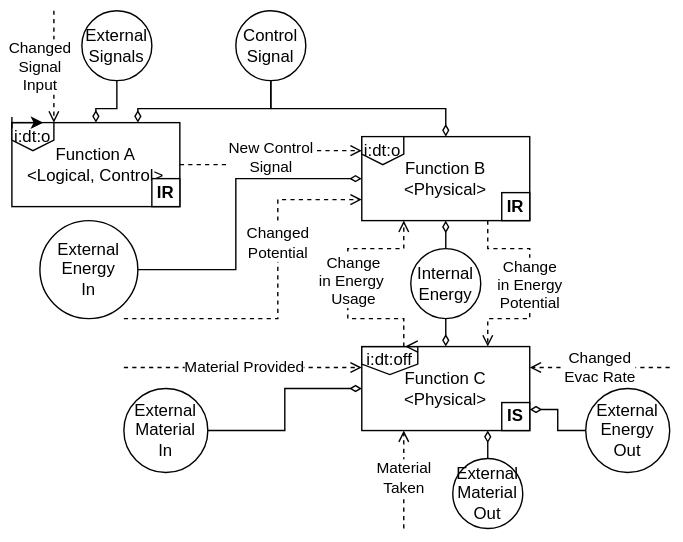
Earlier version of the draw.io export docs-source/figures/frdl/diagrams/frdl_fad_separate.svg (nasa/fmdtools). Source tidied: cells renumbered, new cells last; positions are measured from the earlier drawing's top-left corner, leaving out a move shared by most shapes. Its diagram source:
```xml
<mxGraphModel>
  <root>
    <mxCell id="0" />
    <mxCell id="1" parent="0" />
    <mxCell id="2" style="edgeStyle=orthogonalEdgeStyle;rounded=0;jettySize=auto;html=1;exitX=0.75;exitY=0;exitDx=0;exitDy=0;startArrow=diamondThin;startFill=0;entryX=0.5;entryY=1;entryDx=0;entryDy=0;endArrow=none;endFill=0;" parent="1" edge="1" source="5" target="21">
      <mxGeometry relative="1" as="geometry">
        <Array as="points">
          <mxPoint x="90" y="70" />
          <mxPoint x="185" y="70" />
        </Array>
      </mxGeometry>
    </mxCell>
    <mxCell id="3" style="edgeStyle=orthogonalEdgeStyle;rounded=0;jettySize=auto;html=1;entryX=0.5;entryY=1;entryDx=0;entryDy=0;exitX=0.5;exitY=0;exitDx=0;exitDy=0;endArrow=none;endFill=0;startArrow=diamondThin;startFill=0;" parent="1" edge="1" source="5" target="6">
      <mxGeometry relative="1" as="geometry">
        <Array as="points">
          <mxPoint x="60" y="70" />
          <mxPoint x="75" y="70" />
        </Array>
      </mxGeometry>
    </mxCell>
    <mxCell id="4" value="New Control&lt;br&gt;Signal" style="edgeStyle=orthogonalEdgeStyle;rounded=0;jettySize=auto;html=1;exitX=1;exitY=0.5;exitDx=0;exitDy=0;entryX=0;entryY=0.5;entryDx=0;entryDy=0;dashed=1;endArrow=open;endFill=0;" parent="1" edge="1" source="5" target="33">
      <mxGeometry relative="1" as="geometry" />
    </mxCell>
    <mxCell id="5" value="Function A&lt;div&gt;&amp;lt;Logical, Control&amp;gt;&lt;/div&gt;" style="rounded=0;whiteSpace=wrap;html=1;" parent="1" vertex="1">
      <mxGeometry y="80" width="120" height="60" as="geometry" />
    </mxCell>
    <mxCell id="6" value="External Signals" style="ellipse;whiteSpace=wrap;html=1;" parent="1" vertex="1">
      <mxGeometry x="50" width="50" height="50" as="geometry" />
    </mxCell>
    <mxCell id="7" style="edgeStyle=orthogonalEdgeStyle;rounded=0;jettySize=auto;html=1;exitX=0.5;exitY=0;exitDx=0;exitDy=0;entryX=0.5;entryY=1;entryDx=0;entryDy=0;endArrow=none;endFill=0;startArrow=diamondThin;startFill=0;" parent="1" edge="1" source="11" target="21">
      <mxGeometry relative="1" as="geometry" />
    </mxCell>
    <mxCell id="8" style="edgeStyle=orthogonalEdgeStyle;rounded=0;jettySize=auto;html=1;exitX=0;exitY=0.5;exitDx=0;exitDy=0;entryX=1;entryY=0.5;entryDx=0;entryDy=0;startArrow=diamondThin;startFill=0;endArrow=none;endFill=0;" parent="1" edge="1" source="11" target="12">
      <mxGeometry relative="1" as="geometry">
        <Array as="points">
          <mxPoint x="160" y="120" />
          <mxPoint x="160" y="185" />
        </Array>
      </mxGeometry>
    </mxCell>
    <mxCell id="9" style="edgeStyle=orthogonalEdgeStyle;rounded=0;jettySize=auto;html=1;exitX=0.5;exitY=1;exitDx=0;exitDy=0;entryX=0.5;entryY=0;entryDx=0;entryDy=0;endArrow=none;endFill=0;startArrow=diamondThin;startFill=0;" parent="1" edge="1" source="11" target="22">
      <mxGeometry relative="1" as="geometry" />
    </mxCell>
    <mxCell id="10" value="Change&lt;br&gt;in Energy&lt;br&gt;Potential" style="edgeStyle=orthogonalEdgeStyle;rounded=0;jettySize=auto;html=1;exitX=0.75;exitY=1;exitDx=0;exitDy=0;entryX=0.75;entryY=0;entryDx=0;entryDy=0;dashed=1;endArrow=open;endFill=0;" parent="1" edge="1" source="11" target="20">
      <mxGeometry relative="1" as="geometry">
        <Array as="points">
          <mxPoint x="340" y="170" />
          <mxPoint x="370" y="170" />
          <mxPoint x="370" y="220" />
          <mxPoint x="340" y="220" />
        </Array>
      </mxGeometry>
    </mxCell>
    <mxCell id="11" value="Function B&lt;div&gt;&amp;lt;Physical&amp;gt;&lt;/div&gt;" style="rounded=0;whiteSpace=wrap;html=1;" parent="1" vertex="1">
      <mxGeometry x="250" y="90" width="120" height="60" as="geometry" />
    </mxCell>
    <mxCell id="12" value="External Energy&lt;br&gt;In" style="ellipse;whiteSpace=wrap;html=1;" parent="1" vertex="1">
      <mxGeometry x="20" y="150" width="70" height="70" as="geometry" />
    </mxCell>
    <mxCell id="13" value="External Material&lt;br&gt;Out" style="ellipse;whiteSpace=wrap;html=1;" parent="1" vertex="1">
      <mxGeometry x="315" y="320" width="50" height="50" as="geometry" />
    </mxCell>
    <mxCell id="14" style="edgeStyle=orthogonalEdgeStyle;rounded=0;jettySize=auto;html=1;exitX=0.75;exitY=1;exitDx=0;exitDy=0;entryX=0.5;entryY=0;entryDx=0;entryDy=0;startArrow=diamondThin;startFill=0;endArrow=none;endFill=0;" parent="1" edge="1" source="20" target="13">
      <mxGeometry relative="1" as="geometry" />
    </mxCell>
    <mxCell id="15" style="edgeStyle=orthogonalEdgeStyle;rounded=0;jettySize=auto;html=1;exitX=0.5;exitY=0;exitDx=0;exitDy=0;entryX=0.5;entryY=1;entryDx=0;entryDy=0;endArrow=none;endFill=0;startArrow=diamondThin;startFill=0;" parent="1" edge="1" source="20" target="22">
      <mxGeometry relative="1" as="geometry" />
    </mxCell>
    <mxCell id="16" style="edgeStyle=orthogonalEdgeStyle;rounded=0;jettySize=auto;html=1;exitX=1;exitY=0.75;exitDx=0;exitDy=0;endArrow=none;endFill=0;startArrow=diamondThin;startFill=0;" parent="1" edge="1" source="20" target="23">
      <mxGeometry relative="1" as="geometry" />
    </mxCell>
    <mxCell id="17" style="edgeStyle=orthogonalEdgeStyle;rounded=0;jettySize=auto;html=1;exitX=0;exitY=0.5;exitDx=0;exitDy=0;endArrow=none;endFill=0;startArrow=diamondThin;startFill=0;" parent="1" edge="1" source="20" target="24">
      <mxGeometry relative="1" as="geometry" />
    </mxCell>
    <mxCell id="18" style="edgeStyle=orthogonalEdgeStyle;rounded=0;jettySize=auto;html=1;exitX=0.25;exitY=0;exitDx=0;exitDy=0;entryX=0.25;entryY=1;entryDx=0;entryDy=0;dashed=1;endArrow=open;endFill=0;" parent="1" edge="1" source="20" target="11">
      <mxGeometry relative="1" as="geometry">
        <Array as="points">
          <mxPoint x="280" y="220" />
          <mxPoint x="240" y="220" />
          <mxPoint x="240" y="170" />
          <mxPoint x="280" y="170" />
        </Array>
      </mxGeometry>
    </mxCell>
    <mxCell id="19" value="Change&lt;br&gt;in Energy&amp;nbsp;&lt;br&gt;Usage" style="edgeLabel;html=1;align=center;verticalAlign=middle;" parent="18" vertex="1">
      <mxGeometry x="0.04" y="-3" relative="1" as="geometry" />
    </mxCell>
    <mxCell id="20" value="Function C&lt;div&gt;&amp;lt;Physical&amp;gt;&lt;/div&gt;" style="rounded=0;whiteSpace=wrap;html=1;" parent="1" vertex="1">
      <mxGeometry x="250" y="240" width="120" height="60" as="geometry" />
    </mxCell>
    <mxCell id="21" value="Control&lt;br&gt;Signal" style="ellipse;whiteSpace=wrap;html=1;" parent="1" vertex="1">
      <mxGeometry x="160" width="50" height="50" as="geometry" />
    </mxCell>
    <mxCell id="22" value="Internal Energy" style="ellipse;whiteSpace=wrap;html=1;" parent="1" vertex="1">
      <mxGeometry x="285" y="170" width="50" height="50" as="geometry" />
    </mxCell>
    <mxCell id="23" value="External Energy&lt;br&gt;Out" style="ellipse;whiteSpace=wrap;html=1;" parent="1" vertex="1">
      <mxGeometry x="410" y="270" width="60" height="60" as="geometry" />
    </mxCell>
    <mxCell id="24" value="External Material&lt;br&gt;In" style="ellipse;whiteSpace=wrap;html=1;" parent="1" vertex="1">
      <mxGeometry x="80" y="270" width="60" height="60" as="geometry" />
    </mxCell>
    <mxCell id="25" value="Changed&lt;br&gt;Signal&lt;br&gt;Input" style="endArrow=open;html=1;rounded=0;entryX=0.25;entryY=0;entryDx=0;entryDy=0;dashed=1;endFill=0;" parent="1" edge="1" target="5">
      <mxGeometry y="-10" relative="1" as="geometry">
        <mxPoint x="30" as="sourcePoint" />
      </mxGeometry>
    </mxCell>
    <mxCell id="26" value="Material Provided" style="endArrow=open;html=1;rounded=0;dashed=1;entryX=0;entryY=0.25;entryDx=0;entryDy=0;endFill=0;" parent="1" edge="1" target="20">
      <mxGeometry relative="1" as="geometry">
        <mxPoint x="80" y="255" as="sourcePoint" />
      </mxGeometry>
    </mxCell>
    <mxCell id="27" value="Changed&lt;br&gt;Evac Rate" style="endArrow=open;html=1;rounded=0;dashed=1;entryX=1;entryY=0.25;entryDx=0;entryDy=0;endFill=0;" parent="1" edge="1" target="20">
      <mxGeometry relative="1" as="geometry">
        <mxPoint x="470" y="255" as="sourcePoint" />
      </mxGeometry>
    </mxCell>
    <mxCell id="28" value="Material&lt;br&gt;Taken" style="endArrow=open;html=1;rounded=0;dashed=1;entryX=0.25;entryY=1;entryDx=0;entryDy=0;endFill=0;" parent="1" edge="1" target="20">
      <mxGeometry relative="1" as="geometry">
        <mxPoint x="280" y="370" as="sourcePoint" />
      </mxGeometry>
    </mxCell>
    <mxCell id="29" style="group;" parent="1" vertex="1">
      <mxGeometry y="80" width="30" height="20" as="geometry" />
    </mxCell>
    <mxCell id="30" value="i:dt:o" style="shape=offPageConnector;whiteSpace=wrap;html=1;" parent="29" vertex="1">
      <mxGeometry width="30" height="20" as="geometry" />
    </mxCell>
    <mxCell id="31" style="edgeStyle=orthogonalEdgeStyle;rounded=0;orthogonalLoop=1;jettySize=auto;html=1;exitX=0;exitY=0;exitDx=0;exitDy=0;entryX=0.75;entryY=0;entryDx=0;entryDy=0;startArrow=baseDash;startFill=0;" parent="29" edge="1">
      <mxGeometry relative="1" as="geometry">
        <mxPoint as="sourcePoint" />
        <mxPoint x="22.5" as="targetPoint" />
      </mxGeometry>
    </mxCell>
    <mxCell id="32" style="group;" parent="1" vertex="1">
      <mxGeometry x="250" y="90" width="30" height="20" as="geometry" />
    </mxCell>
    <mxCell id="33" value="i:dt:o" style="shape=offPageConnector;whiteSpace=wrap;html=1;" parent="32" vertex="1">
      <mxGeometry width="30" height="20" as="geometry" />
    </mxCell>
    <mxCell id="34" value="i:dt:off" style="shape=offPageConnector;whiteSpace=wrap;html=1;" parent="1" vertex="1">
      <mxGeometry x="250" y="240" width="40" height="20" as="geometry" />
    </mxCell>
    <mxCell id="35" style="edgeStyle=orthogonalEdgeStyle;rounded=0;jettySize=auto;html=1;exitX=0;exitY=0;exitDx=0;exitDy=0;entryX=1;entryY=0;entryDx=0;entryDy=0;endArrow=ERmany;endFill=0;" parent="1" edge="1" target="34">
      <mxGeometry relative="1" as="geometry">
        <mxPoint x="250" y="240" as="sourcePoint" />
        <Array as="points">
          <mxPoint x="260" y="240" />
          <mxPoint x="260" y="240" />
        </Array>
      </mxGeometry>
    </mxCell>
    <mxCell id="36" value="&lt;b&gt;IR&lt;/b&gt;" style="rounded=0;whiteSpace=wrap;html=1;" parent="1" vertex="1">
      <mxGeometry x="350" y="130" width="20" height="20" as="geometry" />
    </mxCell>
    <mxCell id="37" value="&lt;b&gt;IR&lt;/b&gt;" style="rounded=0;whiteSpace=wrap;html=1;" parent="1" vertex="1">
      <mxGeometry x="100" y="120" width="20" height="20" as="geometry" />
    </mxCell>
    <mxCell id="38" value="&lt;b&gt;IS&lt;/b&gt;" style="rounded=0;whiteSpace=wrap;html=1;" parent="1" vertex="1">
      <mxGeometry x="350" y="280" width="20" height="20" as="geometry" />
    </mxCell>
    <mxCell id="39" value="Changed&lt;br&gt;Potential" style="endArrow=open;html=1;rounded=0;dashed=1;entryX=0;entryY=0.75;entryDx=0;entryDy=0;edgeStyle=orthogonalEdgeStyle;endFill=0;" parent="1" edge="1" target="11">
      <mxGeometry x="0.29" relative="1" as="geometry">
        <mxPoint x="80" y="220" as="sourcePoint" />
        <Array as="points">
          <mxPoint x="80" y="220" />
          <mxPoint x="190" y="220" />
          <mxPoint x="190" y="135" />
        </Array>
      </mxGeometry>
    </mxCell>
  </root>
</mxGraphModel>
```
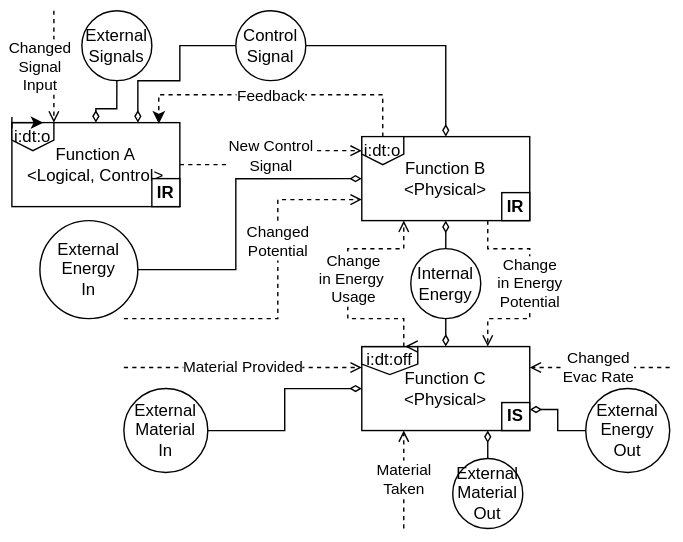
Above is the later version.

Change to the diagram source:
```diff
@@ -2,11 +2,12 @@
   <root>
     <mxCell id="0" />
     <mxCell id="1" parent="0" />
-    <mxCell id="2" style="edgeStyle=orthogonalEdgeStyle;rounded=0;jettySize=auto;html=1;exitX=0.75;exitY=0;exitDx=0;exitDy=0;startArrow=diamondThin;startFill=0;entryX=0.5;entryY=1;entryDx=0;entryDy=0;endArrow=none;endFill=0;" parent="1" edge="1" source="5" target="21">
+    <mxCell id="2" style="edgeStyle=orthogonalEdgeStyle;rounded=0;jettySize=auto;html=1;exitX=0.75;exitY=0;exitDx=0;exitDy=0;startArrow=diamondThin;startFill=0;entryX=0;entryY=0.5;entryDx=0;entryDy=0;endArrow=none;endFill=0;" parent="1" edge="1" source="5" target="21">
       <mxGeometry relative="1" as="geometry">
         <Array as="points">
-          <mxPoint x="90" y="70" />
-          <mxPoint x="185" y="70" />
+          <mxPoint x="90" y="50" />
+          <mxPoint x="120" y="50" />
+          <mxPoint x="120" y="25" />
         </Array>
       </mxGeometry>
     </mxCell>
@@ -27,8 +28,12 @@
     <mxCell id="6" value="External Signals" style="ellipse;whiteSpace=wrap;html=1;" parent="1" vertex="1">
       <mxGeometry x="50" width="50" height="50" as="geometry" />
     </mxCell>
-    <mxCell id="7" style="edgeStyle=orthogonalEdgeStyle;rounded=0;jettySize=auto;html=1;exitX=0.5;exitY=0;exitDx=0;exitDy=0;entryX=0.5;entryY=1;entryDx=0;entryDy=0;endArrow=none;endFill=0;startArrow=diamondThin;startFill=0;" parent="1" edge="1" source="11" target="21">
-      <mxGeometry relative="1" as="geometry" />
+    <mxCell id="7" style="edgeStyle=orthogonalEdgeStyle;rounded=0;jettySize=auto;html=1;exitX=0.5;exitY=0;exitDx=0;exitDy=0;entryX=1;entryY=0.5;entryDx=0;entryDy=0;endArrow=none;endFill=0;startArrow=diamondThin;startFill=0;" parent="1" edge="1" source="11" target="21">
+      <mxGeometry relative="1" as="geometry">
+        <Array as="points">
+          <mxPoint x="310" y="25" />
+        </Array>
+      </mxGeometry>
     </mxCell>
     <mxCell id="8" style="edgeStyle=orthogonalEdgeStyle;rounded=0;jettySize=auto;html=1;exitX=0;exitY=0.5;exitDx=0;exitDy=0;entryX=1;entryY=0.5;entryDx=0;entryDy=0;startArrow=diamondThin;startFill=0;endArrow=none;endFill=0;" parent="1" edge="1" source="11" target="12">
       <mxGeometry relative="1" as="geometry">
@@ -169,5 +174,18 @@
         </Array>
       </mxGeometry>
     </mxCell>
+    <mxCell id="40" style="edgeStyle=orthogonalEdgeStyle;rounded=0;jettySize=auto;html=1;exitX=0.5;exitY=0;exitDx=0;exitDy=0;entryX=0.875;entryY=0.012;entryDx=0;entryDy=0;entryPerimeter=0;dashed=1;" parent="1" edge="1" source="33" target="5">
+      <mxGeometry relative="1" as="geometry">
+        <Array as="points">
+          <mxPoint x="265" y="60" />
+          <mxPoint x="105" y="60" />
+        </Array>
+      </mxGeometry>
+    </mxCell>
+    <mxCell id="41" value="Feedback" style="edgeLabel;html=1;align=center;verticalAlign=middle;" parent="40" vertex="1">
+      <mxGeometry x="-0.1" y="1" relative="1" as="geometry">
+        <mxPoint x="-16" y="-1" as="offset" />
+      </mxGeometry>
+    </mxCell>
   </root>
 </mxGraphModel>
```
